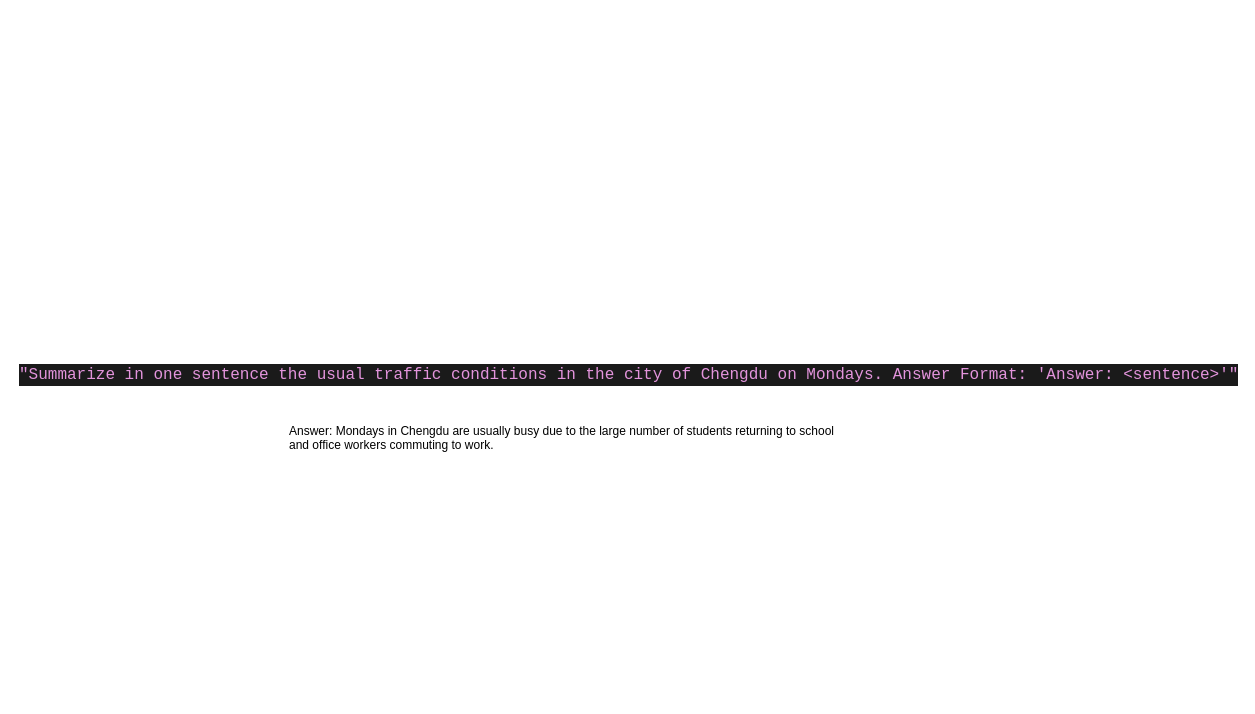
ginnux/grad_visual keeps this draw.io diagram as 文本生成.drawio. Above is the earlier version. Source tidied: cells renumbered, new cells numbered last; positions are measured from the earlier drawing's top-left corner, leaving out a move shared by most shapes. Both pictures are drawn from the tidied source at 100%, with x=0, y=0 at pixel (17, 357).
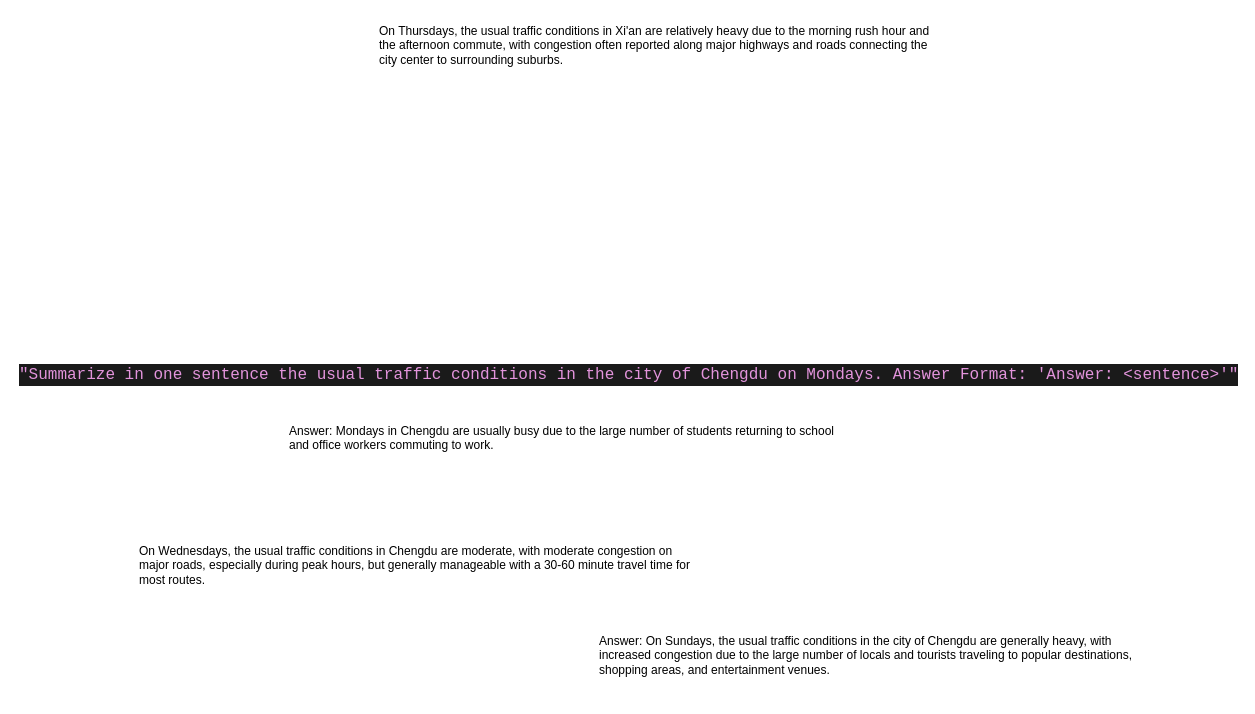
After the change.

Commit message (it also covers changes not shown here):
更新文本生成.drawio

Change to the diagram source:
```diff
@@
 <mxGraphModel>
   <root>
     <mxCell id="0" />
     <mxCell id="1" parent="0" />
     <mxCell id="2" value="Answer: Mondays in Chengdu are usually busy due to the large number of students returning to school and office workers commuting to work." style="text;whiteSpace=wrap;" parent="1" vertex="1">
       <mxGeometry x="270" y="60" width="560" height="50" as="geometry" />
     </mxCell>
     <mxCell id="3" value="&lt;div style=&quot;color: #d8dee9;background-color: #1a1a1a;font-family: Maple Mono CN, 'Courier New', monospace, Consolas, 'Courier New', monospace;font-weight: normal;font-size: 16px;line-height: 22px;white-space: pre;&quot;&gt;&lt;div&gt;&lt;span style=&quot;color: #e394dc;&quot;&gt;&quot;Summarize in one sentence the usual traffic conditions in the city of Chengdu on Mondays. Answer Format: 'Answer: &amp;lt;sentence&amp;gt;'&quot;&lt;/span&gt;&lt;/div&gt;&lt;/div&gt;" style="text;whiteSpace=wrap;html=1;" parent="1" vertex="1">
       <mxGeometry width="560" height="50" as="geometry" />
     </mxCell>
+    <mxCell id="4" value="Answer: On Sundays, the usual traffic conditions in the city of Chengdu are generally heavy, with increased congestion due to the large number of locals and tourists traveling to popular destinations, shopping areas, and entertainment venues." style="text;whiteSpace=wrap;" parent="1" vertex="1">
+      <mxGeometry x="580" y="270" width="560" height="70" as="geometry" />
+    </mxCell>
+    <mxCell id="5" value="On Wednesdays, the usual traffic conditions in Chengdu are moderate, with moderate congestion on major roads, especially during peak hours, but generally manageable with a 30-60 minute travel time for most routes." style="text;whiteSpace=wrap;" parent="1" vertex="1">
+      <mxGeometry x="120" y="180" width="560" height="70" as="geometry" />
+    </mxCell>
+    <mxCell id="6" value="On Thursdays, the usual traffic conditions in Xi'an are relatively heavy due to the morning rush hour and the afternoon commute, with congestion often reported along major highways and roads connecting the city center to surrounding suburbs." style="text;whiteSpace=wrap;" parent="1" vertex="1">
+      <mxGeometry x="360" y="-340" width="560" height="70" as="geometry" />
+    </mxCell>
   </root>
 </mxGraphModel>
```
